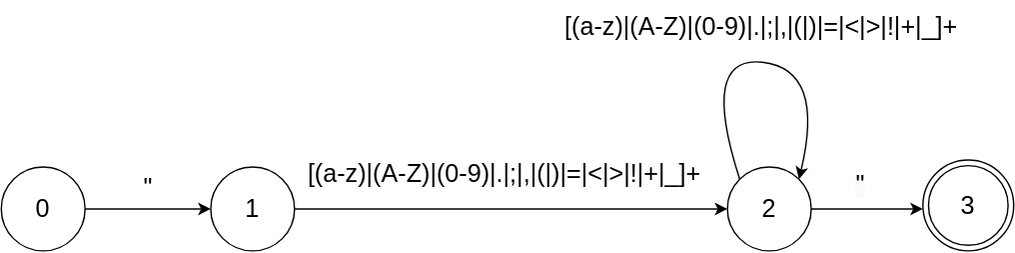
This is docs/DFA/string-dfa.svg from Dimitry-bit/tiny-compiler, a draw.io export, as it was before one commit. Source tidied: cells renumbered, new cells last; positions are measured from the earlier drawing's top-left corner, leaving out a move shared by most shapes. Its diagram source:
```xml
<mxGraphModel>
  <root>
    <mxCell id="0" />
    <mxCell id="1" parent="0" />
    <mxCell id="2" value="&lt;font style=&quot;font-size: 18px;&quot;&gt;0&lt;/font&gt;" style="ellipse;whiteSpace=wrap;html=1;" parent="1" vertex="1">
      <mxGeometry y="120" width="60" height="60" as="geometry" />
    </mxCell>
    <mxCell id="3" value="&lt;font style=&quot;font-size: 18px;&quot;&gt;&quot;&lt;/font&gt;" style="text;html=1;align=center;verticalAlign=middle;strokeColor=none;fillColor=none;" parent="1" vertex="1">
      <mxGeometry x="90" y="115" width="30" height="40" as="geometry" />
    </mxCell>
    <mxCell id="4" style="edgeStyle=orthogonalEdgeStyle;rounded=0;jettySize=auto;html=1;" parent="1" edge="1" source="5" target="7">
      <mxGeometry relative="1" as="geometry" />
    </mxCell>
    <mxCell id="5" value="&lt;font style=&quot;font-size: 18px;&quot;&gt;1&lt;/font&gt;" style="ellipse;whiteSpace=wrap;html=1;" parent="1" vertex="1">
      <mxGeometry x="150" y="120" width="60" height="60" as="geometry" />
    </mxCell>
    <mxCell id="6" style="edgeStyle=orthogonalEdgeStyle;rounded=0;jettySize=auto;html=1;" parent="1" edge="1" source="7">
      <mxGeometry relative="1" as="geometry">
        <mxPoint x="660" y="150" as="targetPoint" />
      </mxGeometry>
    </mxCell>
    <mxCell id="7" value="&lt;font style=&quot;font-size: 18px;&quot;&gt;2&lt;/font&gt;" style="ellipse;whiteSpace=wrap;html=1;" parent="1" vertex="1">
      <mxGeometry x="520" y="120" width="60" height="60" as="geometry" />
    </mxCell>
    <mxCell id="8" value="&lt;font style=&quot;font-size: 18px;&quot;&gt;[(a-z)|(A-Z)|(0-9)|.|;|,|(|)|=|&amp;lt;|&amp;gt;|!|+|_]+&lt;/font&gt;" style="text;html=1;align=center;verticalAlign=middle;strokeColor=none;fillColor=none;" parent="1" vertex="1">
      <mxGeometry x="210" y="105" width="300" height="40" as="geometry" />
    </mxCell>
    <mxCell id="9" value="&lt;font style=&quot;font-size: 18px;&quot;&gt;3&lt;/font&gt;" style="ellipse;shape=doubleEllipse;whiteSpace=wrap;html=1;" parent="1" vertex="1">
      <mxGeometry x="660" y="115" width="65" height="65" as="geometry" />
    </mxCell>
    <mxCell id="10" style="curved=1;endArrow=classic;html=1;rounded=0;entryX=1;entryY=0;entryDx=0;entryDy=0;exitX=0;exitY=0;exitDx=0;exitDy=0;" parent="1" edge="1" source="7" target="7">
      <mxGeometry relative="1" as="geometry">
        <Array as="points">
          <mxPoint x="500" y="40" />
          <mxPoint x="590" y="50" />
        </Array>
      </mxGeometry>
    </mxCell>
    <mxCell id="11" value="&lt;span style=&quot;font-size: 18px;&quot;&gt;[(a-z)|(A-Z)|(0-9)|.|;|,|(|)|=|&amp;lt;|&amp;gt;|!|+|_]+&lt;/span&gt;" style="text;html=1;align=center;verticalAlign=middle;strokeColor=none;fillColor=none;" parent="1" vertex="1">
      <mxGeometry x="394" width="300" height="40" as="geometry" />
    </mxCell>
    <mxCell id="12" value="&#10;&lt;span style=&quot;color: rgb(0, 0, 0); font-family: Helvetica; font-size: 18px; font-style: normal; font-variant-ligatures: normal; font-variant-caps: normal; font-weight: 400; letter-spacing: normal; orphans: 2; text-align: center; text-indent: 0px; text-transform: none; widows: 2; word-spacing: 0px; -webkit-text-stroke-width: 0px; white-space: nowrap; background-color: rgb(251, 251, 251); text-decoration-thickness: initial; text-decoration-style: initial; text-decoration-color: initial; display: inline !important; float: none;&quot;&gt;&quot;&lt;/span&gt;&#10;&#10;" style="text;html=1;align=center;verticalAlign=middle;strokeColor=none;fillColor=none;" parent="1" vertex="1">
      <mxGeometry x="600" y="110" width="30" height="60" as="geometry" />
    </mxCell>
    <mxCell id="13" style="endArrow=classic;html=1;rounded=0;exitX=1;exitY=0.5;exitDx=0;exitDy=0;entryX=0;entryY=0.5;entryDx=0;entryDy=0;" parent="1" edge="1" source="2" target="5">
      <mxGeometry relative="1" as="geometry" />
    </mxCell>
  </root>
</mxGraphModel>
```
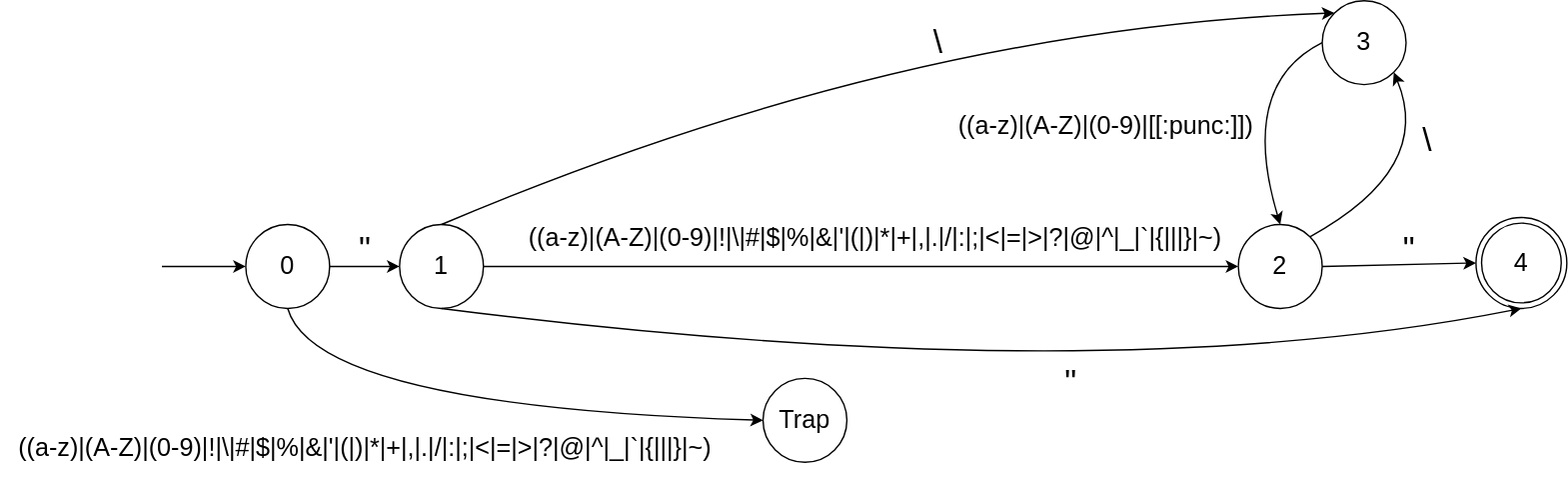
After the commit.

Commit message:
Submit String regex and DFA

The edit, as a diff of the source:
```diff
@@ -3,47 +3,95 @@
     <mxCell id="0" />
     <mxCell id="1" parent="0" />
     <mxCell id="2" value="&lt;font style=&quot;font-size: 18px;&quot;&gt;0&lt;/font&gt;" style="ellipse;whiteSpace=wrap;html=1;" parent="1" vertex="1">
-      <mxGeometry y="120" width="60" height="60" as="geometry" />
+      <mxGeometry x="9" y="200" width="60" height="60" as="geometry" />
     </mxCell>
-    <mxCell id="3" value="&lt;font style=&quot;font-size: 18px;&quot;&gt;&quot;&lt;/font&gt;" style="text;html=1;align=center;verticalAlign=middle;strokeColor=none;fillColor=none;" parent="1" vertex="1">
-      <mxGeometry x="90" y="115" width="30" height="40" as="geometry" />
+    <mxCell id="3" value="&lt;font style=&quot;font-size: 24px;&quot;&gt;&quot;&lt;/font&gt;" style="text;html=1;align=center;verticalAlign=middle;strokeColor=none;fillColor=none;" parent="1" vertex="1">
+      <mxGeometry x="79" y="197.5" width="30" height="40" as="geometry" />
     </mxCell>
     <mxCell id="4" style="edgeStyle=orthogonalEdgeStyle;rounded=0;jettySize=auto;html=1;" parent="1" edge="1" source="5" target="7">
       <mxGeometry relative="1" as="geometry" />
     </mxCell>
     <mxCell id="5" value="&lt;font style=&quot;font-size: 18px;&quot;&gt;1&lt;/font&gt;" style="ellipse;whiteSpace=wrap;html=1;" parent="1" vertex="1">
-      <mxGeometry x="150" y="120" width="60" height="60" as="geometry" />
+      <mxGeometry x="119" y="200" width="60" height="60" as="geometry" />
     </mxCell>
-    <mxCell id="6" style="edgeStyle=orthogonalEdgeStyle;rounded=0;jettySize=auto;html=1;" parent="1" edge="1" source="7">
-      <mxGeometry relative="1" as="geometry">
-        <mxPoint x="660" y="150" as="targetPoint" />
-      </mxGeometry>
-    </mxCell>
     <mxCell id="7" value="&lt;font style=&quot;font-size: 18px;&quot;&gt;2&lt;/font&gt;" style="ellipse;whiteSpace=wrap;html=1;" parent="1" vertex="1">
-      <mxGeometry x="520" y="120" width="60" height="60" as="geometry" />
+      <mxGeometry x="719" y="200" width="60" height="60" as="geometry" />
     </mxCell>
-    <mxCell id="8" value="&lt;font style=&quot;font-size: 18px;&quot;&gt;[(a-z)|(A-Z)|(0-9)|.|;|,|(|)|=|&amp;lt;|&amp;gt;|!|+|_]+&lt;/font&gt;" style="text;html=1;align=center;verticalAlign=middle;strokeColor=none;fillColor=none;" parent="1" vertex="1">
-      <mxGeometry x="210" y="105" width="300" height="40" as="geometry" />
+    <mxCell id="8" value="&lt;span style=&quot;font-size: 18px;&quot;&gt;((a-z)|(A-Z)|(0-9)|!|\|#|$|%|&amp;amp;|'|(|)|*|+|,|.|/|:|;|&amp;lt;|=|&amp;gt;|?|@|^|_|`|{|||}|~&lt;/span&gt;&lt;span style=&quot;font-size: 18px; background-color: initial;&quot;&gt;)&lt;/span&gt;" style="text;html=1;align=center;verticalAlign=middle;strokeColor=none;fillColor=none;" parent="1" vertex="1">
+      <mxGeometry x="199" y="190" width="520" height="40" as="geometry" />
     </mxCell>
-    <mxCell id="9" value="&lt;font style=&quot;font-size: 18px;&quot;&gt;3&lt;/font&gt;" style="ellipse;shape=doubleEllipse;whiteSpace=wrap;html=1;" parent="1" vertex="1">
-      <mxGeometry x="660" y="115" width="65" height="65" as="geometry" />
+    <mxCell id="9" value="&lt;font style=&quot;font-size: 18px;&quot;&gt;4&lt;/font&gt;" style="ellipse;shape=doubleEllipse;whiteSpace=wrap;html=1;" parent="1" vertex="1">
+      <mxGeometry x="889" y="195" width="65" height="65" as="geometry" />
     </mxCell>
-    <mxCell id="10" style="curved=1;endArrow=classic;html=1;rounded=0;entryX=1;entryY=0;entryDx=0;entryDy=0;exitX=0;exitY=0;exitDx=0;exitDy=0;" parent="1" edge="1" source="7" target="7">
-      <mxGeometry relative="1" as="geometry">
-        <Array as="points">
-          <mxPoint x="500" y="40" />
-          <mxPoint x="590" y="50" />
-        </Array>
-      </mxGeometry>
-    </mxCell>
-    <mxCell id="11" value="&lt;span style=&quot;font-size: 18px;&quot;&gt;[(a-z)|(A-Z)|(0-9)|.|;|,|(|)|=|&amp;lt;|&amp;gt;|!|+|_]+&lt;/span&gt;" style="text;html=1;align=center;verticalAlign=middle;strokeColor=none;fillColor=none;" parent="1" vertex="1">
-      <mxGeometry x="394" width="300" height="40" as="geometry" />
-    </mxCell>
-    <mxCell id="12" value="&#10;&lt;span style=&quot;color: rgb(0, 0, 0); font-family: Helvetica; font-size: 18px; font-style: normal; font-variant-ligatures: normal; font-variant-caps: normal; font-weight: 400; letter-spacing: normal; orphans: 2; text-align: center; text-indent: 0px; text-transform: none; widows: 2; word-spacing: 0px; -webkit-text-stroke-width: 0px; white-space: nowrap; background-color: rgb(251, 251, 251); text-decoration-thickness: initial; text-decoration-style: initial; text-decoration-color: initial; display: inline !important; float: none;&quot;&gt;&quot;&lt;/span&gt;&#10;&#10;" style="text;html=1;align=center;verticalAlign=middle;strokeColor=none;fillColor=none;" parent="1" vertex="1">
-      <mxGeometry x="600" y="110" width="30" height="60" as="geometry" />
+    <mxCell id="12" value="&lt;font style=&quot;font-size: 24px;&quot;&gt;\&lt;/font&gt;" style="text;html=1;align=center;verticalAlign=middle;strokeColor=none;fillColor=none;" parent="1" vertex="1">
+      <mxGeometry x="839" y="120" width="30" height="40" as="geometry" />
     </mxCell>
     <mxCell id="13" style="endArrow=classic;html=1;rounded=0;exitX=1;exitY=0.5;exitDx=0;exitDy=0;entryX=0;entryY=0.5;entryDx=0;entryDy=0;" parent="1" edge="1" source="2" target="5">
       <mxGeometry relative="1" as="geometry" />
     </mxCell>
+    <mxCell id="14" value="&lt;font style=&quot;font-size: 18px;&quot;&gt;Trap&lt;/font&gt;" style="ellipse;whiteSpace=wrap;html=1;" parent="1" vertex="1">
+      <mxGeometry x="379" y="310" width="60" height="60" as="geometry" />
+    </mxCell>
+    <mxCell id="15" style="curved=1;endArrow=classic;html=1;rounded=0;exitX=0.5;exitY=1;exitDx=0;exitDy=0;entryX=0;entryY=0.5;entryDx=0;entryDy=0;" parent="1" edge="1" source="2" target="14">
+      <mxGeometry relative="1" as="geometry">
+        <Array as="points">
+          <mxPoint x="59" y="330" />
+        </Array>
+      </mxGeometry>
+    </mxCell>
+    <mxCell id="16" value="&lt;span style=&quot;font-size: 18px;&quot;&gt;((a-z)|(A-Z)|(0-9)|!|\|#|$|%|&amp;amp;|'|(|)|*|+|,|.|/|:|;|&amp;lt;|=|&amp;gt;|?|@|^|_|`|{|||}|~&lt;/span&gt;&lt;span style=&quot;background-color: initial; font-size: 18px;&quot;&gt;)&lt;/span&gt;" style="text;html=1;align=center;verticalAlign=middle;strokeColor=none;fillColor=none;" parent="1" vertex="1">
+      <mxGeometry x="-166" y="340" width="520" height="40" as="geometry" />
+    </mxCell>
+    <mxCell id="17" value="&lt;span style=&quot;font-size: 18px;&quot;&gt;((a-z)|(A-Z)|(0-9)|[[:punc:]])&lt;/span&gt;" style="text;html=1;align=center;verticalAlign=middle;strokeColor=none;fillColor=none;" parent="1" vertex="1">
+      <mxGeometry x="509" y="110" width="230" height="40" as="geometry" />
+    </mxCell>
+    <mxCell id="18" style="curved=1;endArrow=classic;html=1;rounded=0;elbow=vertical;exitX=0;exitY=0.5;exitDx=0;exitDy=0;entryX=0.5;entryY=0;entryDx=0;entryDy=0;" parent="1" edge="1" source="20" target="7">
+      <mxGeometry relative="1" as="geometry">
+        <Array as="points">
+          <mxPoint x="719" y="100" />
+        </Array>
+      </mxGeometry>
+    </mxCell>
+    <mxCell id="19" style="endArrow=classic;html=1;rounded=0;elbow=vertical;entryX=0;entryY=0.5;entryDx=0;entryDy=0;" parent="1" edge="1" target="2">
+      <mxGeometry relative="1" as="geometry">
+        <mxPoint x="-51" y="230" as="sourcePoint" />
+      </mxGeometry>
+    </mxCell>
+    <mxCell id="20" value="&lt;font style=&quot;font-size: 18px;&quot;&gt;3&lt;/font&gt;" style="ellipse;whiteSpace=wrap;html=1;" parent="1" vertex="1">
+      <mxGeometry x="779" y="40" width="60" height="60" as="geometry" />
+    </mxCell>
+    <mxCell id="21" style="curved=1;endArrow=classic;html=1;rounded=0;elbow=vertical;exitX=0.5;exitY=0;exitDx=0;exitDy=0;entryX=0;entryY=0;entryDx=0;entryDy=0;" parent="1" edge="1" source="5" target="20">
+      <mxGeometry relative="1" as="geometry">
+        <Array as="points">
+          <mxPoint x="479" y="60" />
+        </Array>
+      </mxGeometry>
+    </mxCell>
+    <mxCell id="22" value="&lt;font style=&quot;font-size: 24px;&quot;&gt;\&lt;/font&gt;" style="text;html=1;align=center;verticalAlign=middle;strokeColor=none;fillColor=none;" parent="1" vertex="1">
+      <mxGeometry x="489" y="50" width="30" height="40" as="geometry" />
+    </mxCell>
+    <mxCell id="23" value="&lt;font style=&quot;font-size: 24px;&quot;&gt;&quot;&lt;/font&gt;" style="text;html=1;align=center;verticalAlign=middle;strokeColor=none;fillColor=none;" parent="1" vertex="1">
+      <mxGeometry x="826" y="197.5" width="30" height="40" as="geometry" />
+    </mxCell>
+    <mxCell id="24" style="curved=1;endArrow=classic;html=1;rounded=0;elbow=vertical;entryX=1;entryY=1;entryDx=0;entryDy=0;exitX=1;exitY=0;exitDx=0;exitDy=0;" parent="1" edge="1" source="7" target="20">
+      <mxGeometry relative="1" as="geometry">
+        <Array as="points">
+          <mxPoint x="859" y="160" />
+        </Array>
+      </mxGeometry>
+    </mxCell>
+    <mxCell id="25" style="endArrow=classic;html=1;rounded=0;elbow=vertical;entryX=0;entryY=0.5;entryDx=0;entryDy=0;exitX=1;exitY=0.5;exitDx=0;exitDy=0;" parent="1" edge="1" source="7" target="9">
+      <mxGeometry relative="1" as="geometry" />
+    </mxCell>
+    <mxCell id="26" style="curved=1;endArrow=classic;html=1;rounded=0;elbow=vertical;exitX=0.5;exitY=1;exitDx=0;exitDy=0;entryX=0.5;entryY=1;entryDx=0;entryDy=0;" parent="1" edge="1" source="5" target="9">
+      <mxGeometry relative="1" as="geometry">
+        <Array as="points">
+          <mxPoint x="619" y="320" />
+        </Array>
+      </mxGeometry>
+    </mxCell>
+    <mxCell id="27" value="&lt;font style=&quot;font-size: 24px;&quot;&gt;&quot;&lt;/font&gt;" style="text;html=1;align=center;verticalAlign=middle;strokeColor=none;fillColor=none;" parent="1" vertex="1">
+      <mxGeometry x="584" y="293" width="30" height="40" as="geometry" />
+    </mxCell>
   </root>
 </mxGraphModel>
```
